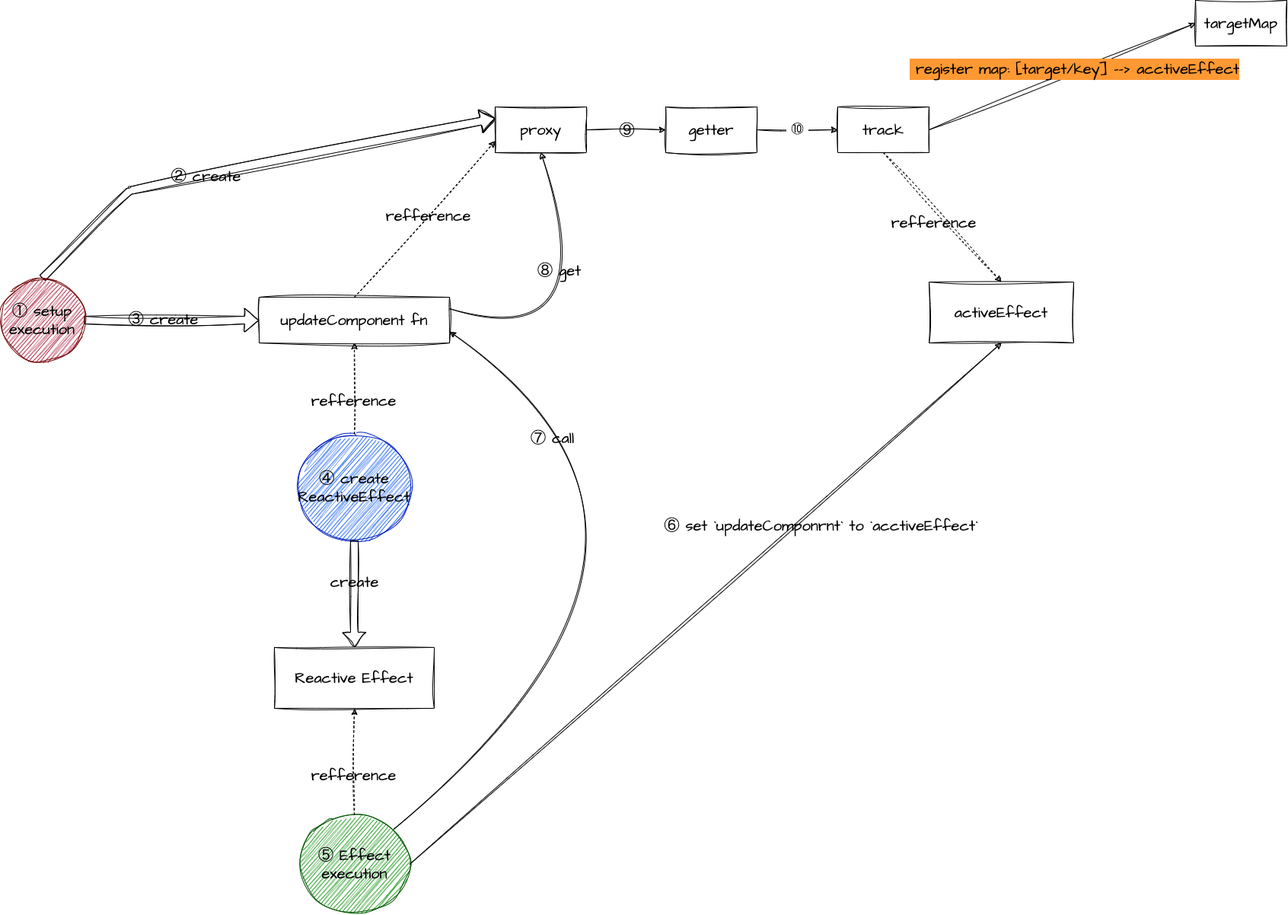
Above: books/images/reactivity_create.png in ubugeeei/chibivue (draw.io), before the change. Source tidied: cells renumbered, new cells last; positions are measured from the earlier drawing's top-left corner, leaving out a move shared by most shapes. Its diagram source:
```xml
<mxGraphModel background="#ffffff">
  <root>
    <mxCell id="0" />
    <mxCell id="1" parent="0" />
    <mxCell id="2" value="activeEffect" style="rounded=0;whiteSpace=wrap;html=1;hachureGap=4;fontFamily=Architects Daughter;fontSource=https%3A%2F%2Ffonts.googleapis.com%2Fcss%3Ffamily%3DArchitects%2BDaughter;fontSize=20;sketch=1;curveFitting=1;jiggle=2;labelBackgroundColor=none;fontColor=#000000;" parent="1" vertex="1">
      <mxGeometry x="1220" y="370" width="190" height="80" as="geometry" />
    </mxCell>
    <mxCell id="3" value="track" style="rounded=0;whiteSpace=wrap;html=1;hachureGap=4;fontFamily=Architects Daughter;fontSource=https%3A%2F%2Ffonts.googleapis.com%2Fcss%3Ffamily%3DArchitects%2BDaughter;fontSize=20;sketch=1;curveFitting=1;jiggle=2;" parent="1" vertex="1">
      <mxGeometry x="1100" y="140" width="120" height="60" as="geometry" />
    </mxCell>
    <mxCell id="4" value="proxy" style="rounded=0;whiteSpace=wrap;html=1;hachureGap=4;fontFamily=Architects Daughter;fontSource=https%3A%2F%2Ffonts.googleapis.com%2Fcss%3Ffamily%3DArchitects%2BDaughter;fontSize=20;sketch=1;curveFitting=1;jiggle=2;" parent="1" vertex="1">
      <mxGeometry x="650" y="140" width="120" height="60" as="geometry" />
    </mxCell>
    <mxCell id="5" value="updateComponent fn" style="rounded=0;whiteSpace=wrap;html=1;hachureGap=4;fontFamily=Architects Daughter;fontSource=https%3A%2F%2Ffonts.googleapis.com%2Fcss%3Ffamily%3DArchitects%2BDaughter;fontSize=20;sketch=1;curveFitting=1;jiggle=2;labelBackgroundColor=none;fontColor=#000000;" parent="1" vertex="1">
      <mxGeometry x="340" y="390" width="250" height="60" as="geometry" />
    </mxCell>
    <mxCell id="6" style="shape=flexArrow;endArrow=classic;html=1;hachureGap=4;fontFamily=Architects Daughter;fontSource=https%3A%2F%2Ffonts.googleapis.com%2Fcss%3Ffamily%3DArchitects%2BDaughter;fontSize=16;fontColor=#FFFFFF;entryX=0;entryY=0.5;entryDx=0;entryDy=0;exitX=1;exitY=0.5;exitDx=0;exitDy=0;sketch=1;curveFitting=1;jiggle=2;" parent="1" edge="1" source="10" target="5">
      <mxGeometry relative="1" as="geometry" />
    </mxCell>
    <mxCell id="7" value="③ create" style="edgeLabel;html=1;align=center;verticalAlign=middle;fontSize=20;fontFamily=Architects Daughter;fontColor=#000000;sketch=1;curveFitting=1;jiggle=2;labelBackgroundColor=none;" parent="6" vertex="1">
      <mxGeometry x="-0.1" y="2" relative="1" as="geometry" />
    </mxCell>
    <mxCell id="8" style="curved=1;endArrow=classic;html=1;hachureGap=4;fontFamily=Architects Daughter;fontSource=https%3A%2F%2Ffonts.googleapis.com%2Fcss%3Ffamily%3DArchitects%2BDaughter;fontSize=16;fontColor=#FFFFFF;exitX=0.5;exitY=0;exitDx=0;exitDy=0;entryX=0;entryY=0.25;entryDx=0;entryDy=0;shape=flexArrow;sketch=1;curveFitting=1;jiggle=2;" parent="1" edge="1" source="10" target="4">
      <mxGeometry relative="1" as="geometry">
        <Array as="points">
          <mxPoint x="170" y="250" />
        </Array>
      </mxGeometry>
    </mxCell>
    <mxCell id="9" value="&lt;font color=&quot;#000000&quot;&gt;② create&lt;/font&gt;" style="edgeLabel;html=1;align=center;verticalAlign=middle;fontSize=20;fontFamily=Architects Daughter;fontColor=#FFFFFF;sketch=1;curveFitting=1;jiggle=2;labelBackgroundColor=none;" parent="8" vertex="1">
      <mxGeometry x="-0.65" relative="1" as="geometry">
        <mxPoint x="135" y="-55" as="offset" />
      </mxGeometry>
    </mxCell>
    <mxCell id="10" value="&lt;font color=&quot;#000000&quot;&gt;① setup execution&lt;/font&gt;" style="ellipse;whiteSpace=wrap;html=1;hachureGap=4;fontFamily=Architects Daughter;fontSource=https%3A%2F%2Ffonts.googleapis.com%2Fcss%3Ffamily%3DArchitects%2BDaughter;fontSize=20;fontColor=#ffffff;fillColor=#a20025;strokeColor=#6F0000;sketch=1;curveFitting=1;jiggle=2;" parent="1" vertex="1">
      <mxGeometry y="365" width="110" height="110" as="geometry" />
    </mxCell>
    <mxCell id="11" style="endArrow=classic;html=1;hachureGap=4;fontFamily=Architects Daughter;fontSource=https%3A%2F%2Ffonts.googleapis.com%2Fcss%3Ffamily%3DArchitects%2BDaughter;fontSize=16;fontColor=#FFFFFF;exitX=0.5;exitY=0;exitDx=0;exitDy=0;entryX=0;entryY=0.75;entryDx=0;entryDy=0;dashed=1;sketch=1;curveFitting=1;jiggle=2;" parent="1" edge="1" source="5" target="4">
      <mxGeometry relative="1" as="geometry" />
    </mxCell>
    <mxCell id="12" value="refference" style="edgeLabel;html=1;align=center;verticalAlign=middle;fontSize=20;fontFamily=Architects Daughter;fontColor=#000000;sketch=1;curveFitting=1;jiggle=2;labelBackgroundColor=none;" parent="11" vertex="1">
      <mxGeometry x="0.05" relative="1" as="geometry" />
    </mxCell>
    <mxCell id="13" value="Reactive Effect" style="whiteSpace=wrap;html=1;hachureGap=4;fontFamily=Architects Daughter;fontSource=https%3A%2F%2Ffonts.googleapis.com%2Fcss%3Ffamily%3DArchitects%2BDaughter;fontSize=20;fontColor=#000000;sketch=1;curveFitting=1;jiggle=2;labelBackgroundColor=none;" parent="1" vertex="1">
      <mxGeometry x="360" y="850" width="210" height="80" as="geometry" />
    </mxCell>
    <mxCell id="14" value="getter&lt;span style=&quot;color: rgba(0, 0, 0, 0); font-family: monospace; font-size: 0px; text-align: start;&quot;&gt;%3CmxGraphModel%3E%3Croot%3E%3CmxCell%20id%3D%220%22%2F%3E%3CmxCell%20id%3D%221%22%20parent%3D%220%22%2F%3E%3CmxCell%20id%3D%222%22%20value%3D%22track%22%20style%3D%22rounded%3D0%3BwhiteSpace%3Dwrap%3Bhtml%3D1%3Bsketch%3D1%3BhachureGap%3D4%3Bjiggle%3D2%3BcurveFitting%3D1%3BfontFamily%3DArchitects%20Daughter%3BfontSource%3Dhttps%253A%252F%252Ffonts.googleapis.com%252Fcss%253Ffamily%253DArchitects%252BDaughter%3BfontSize%3D20%3B%22%20vertex%3D%221%22%20parent%3D%221%22%3E%3CmxGeometry%20x%3D%22460%22%20y%3D%22-120%22%20width%3D%22120%22%20height%3D%2260%22%20as%3D%22geometry%22%2F%3E%3C%2FmxCell%3E%3C%2Froot%3E%3C%2FmxGraphModel%3Ewe&lt;/span&gt;" style="rounded=0;whiteSpace=wrap;html=1;hachureGap=4;fontFamily=Architects Daughter;fontSource=https%3A%2F%2Ffonts.googleapis.com%2Fcss%3Ffamily%3DArchitects%2BDaughter;fontSize=20;sketch=1;curveFitting=1;jiggle=2;" parent="1" vertex="1">
      <mxGeometry x="874" y="140" width="120" height="60" as="geometry" />
    </mxCell>
    <mxCell id="15" value="&lt;font color=&quot;#000000&quot;&gt;④ create ReactiveEffect&lt;/font&gt;" style="ellipse;whiteSpace=wrap;html=1;hachureGap=4;fontFamily=Architects Daughter;fontSource=https%3A%2F%2Ffonts.googleapis.com%2Fcss%3Ffamily%3DArchitects%2BDaughter;fontSize=20;fontColor=#ffffff;fillColor=#0050ef;strokeColor=#001DBC;sketch=1;curveFitting=1;jiggle=2;" parent="1" vertex="1">
      <mxGeometry x="390" y="570" width="150" height="140" as="geometry" />
    </mxCell>
    <mxCell id="16" style="endArrow=classic;html=1;dashed=1;hachureGap=4;fontFamily=Architects Daughter;fontSource=https%3A%2F%2Ffonts.googleapis.com%2Fcss%3Ffamily%3DArchitects%2BDaughter;fontSize=16;fontColor=#FFFFFF;entryX=0.5;entryY=1;entryDx=0;entryDy=0;exitX=0.5;exitY=0;exitDx=0;exitDy=0;sketch=1;curveFitting=1;jiggle=2;" parent="1" edge="1" source="15" target="5">
      <mxGeometry relative="1" as="geometry" />
    </mxCell>
    <mxCell id="17" value="refference" style="edgeLabel;html=1;align=center;verticalAlign=middle;fontSize=20;fontFamily=Architects Daughter;fontColor=#000000;sketch=1;curveFitting=1;jiggle=2;labelBackgroundColor=none;" parent="16" vertex="1">
      <mxGeometry x="-0.26" y="2" relative="1" as="geometry" />
    </mxCell>
    <mxCell id="18" style="shape=flexArrow;endArrow=classic;html=1;hachureGap=4;fontFamily=Architects Daughter;fontSource=https%3A%2F%2Ffonts.googleapis.com%2Fcss%3Ffamily%3DArchitects%2BDaughter;fontSize=16;fontColor=#FFFFFF;exitX=0.5;exitY=1;exitDx=0;exitDy=0;entryX=0.5;entryY=0;entryDx=0;entryDy=0;sketch=1;curveFitting=1;jiggle=2;" parent="1" edge="1" source="15" target="13">
      <mxGeometry relative="1" as="geometry" />
    </mxCell>
    <mxCell id="19" value="&amp;nbsp;create" style="edgeLabel;html=1;align=center;verticalAlign=middle;fontSize=20;fontFamily=Architects Daughter;fontColor=#000000;sketch=1;curveFitting=1;jiggle=2;labelBackgroundColor=none;" parent="18" vertex="1">
      <mxGeometry x="-0.32" y="-2" relative="1" as="geometry">
        <mxPoint x="-3" y="6" as="offset" />
      </mxGeometry>
    </mxCell>
    <mxCell id="20" value="&lt;font color=&quot;#000000&quot;&gt;&amp;nbsp;⑩&amp;nbsp;&lt;/font&gt;" style="endArrow=classic;html=1;hachureGap=4;fontFamily=Architects Daughter;fontSource=https%3A%2F%2Ffonts.googleapis.com%2Fcss%3Ffamily%3DArchitects%2BDaughter;fontSize=16;fontColor=#FFFFFF;exitX=1;exitY=0.5;exitDx=0;exitDy=0;entryX=0;entryY=0.5;entryDx=0;entryDy=0;sketch=1;curveFitting=1;jiggle=2;" parent="1" edge="1" source="14" target="3">
      <mxGeometry relative="1" as="geometry" />
    </mxCell>
    <mxCell id="21" value="targetMap" style="rounded=0;whiteSpace=wrap;html=1;hachureGap=4;fontFamily=Architects Daughter;fontSource=https%3A%2F%2Ffonts.googleapis.com%2Fcss%3Ffamily%3DArchitects%2BDaughter;fontSize=20;sketch=1;curveFitting=1;jiggle=2;" parent="1" vertex="1">
      <mxGeometry x="1570" width="120" height="60" as="geometry" />
    </mxCell>
    <mxCell id="22" style="endArrow=classic;html=1;hachureGap=4;fontFamily=Architects Daughter;fontSource=https%3A%2F%2Ffonts.googleapis.com%2Fcss%3Ffamily%3DArchitects%2BDaughter;fontSize=16;fontColor=#FFFFFF;exitX=1;exitY=0.5;exitDx=0;exitDy=0;entryX=0;entryY=0.5;entryDx=0;entryDy=0;sketch=1;curveFitting=1;jiggle=2;" parent="1" edge="1" source="3" target="21">
      <mxGeometry relative="1" as="geometry" />
    </mxCell>
    <mxCell id="23" value="&lt;span style=&quot;background-color: rgb(255, 153, 51);&quot;&gt;&lt;font color=&quot;#000000&quot;&gt;&amp;nbsp;register map: [target/key] --&amp;gt; acctiveEffect&lt;/font&gt;&lt;br&gt;&lt;/span&gt;" style="edgeLabel;html=1;align=center;verticalAlign=middle;fontSize=20;fontFamily=Architects Daughter;fontColor=#FFFFFF;sketch=1;curveFitting=1;jiggle=2;" parent="22" vertex="1">
      <mxGeometry x="-0.01" relative="1" as="geometry">
        <mxPoint x="17" y="-11" as="offset" />
      </mxGeometry>
    </mxCell>
    <mxCell id="24" style="endArrow=classic;html=1;hachureGap=4;fontFamily=Architects Daughter;fontSource=https%3A%2F%2Ffonts.googleapis.com%2Fcss%3Ffamily%3DArchitects%2BDaughter;fontSize=16;fontColor=#FFFFFF;entryX=0;entryY=0.5;entryDx=0;entryDy=0;exitX=1;exitY=0.5;exitDx=0;exitDy=0;sketch=1;curveFitting=1;jiggle=2;" parent="1" edge="1" source="4" target="14">
      <mxGeometry relative="1" as="geometry" />
    </mxCell>
    <mxCell id="25" value="&amp;nbsp;⑨&amp;nbsp;" style="edgeLabel;html=1;align=center;verticalAlign=middle;fontSize=20;fontFamily=Architects Daughter;fontColor=#000000;labelBackgroundColor=none;" parent="24" vertex="1">
      <mxGeometry relative="1" as="geometry" />
    </mxCell>
    <mxCell id="26" value="&lt;font color=&quot;#000000&quot;&gt;⑤ Effect execution&lt;/font&gt;" style="ellipse;whiteSpace=wrap;html=1;hachureGap=4;fontFamily=Architects Daughter;fontSource=https%3A%2F%2Ffonts.googleapis.com%2Fcss%3Ffamily%3DArchitects%2BDaughter;fontSize=20;fontColor=#ffffff;fillColor=#008a00;strokeColor=#005700;sketch=1;curveFitting=1;jiggle=2;" parent="1" vertex="1">
      <mxGeometry x="392.5" y="1070" width="145" height="130" as="geometry" />
    </mxCell>
    <mxCell id="27" style="endArrow=classic;html=1;dashed=1;hachureGap=4;fontFamily=Architects Daughter;fontSource=https%3A%2F%2Ffonts.googleapis.com%2Fcss%3Ffamily%3DArchitects%2BDaughter;fontSize=16;fontColor=#FFFFFF;entryX=0.5;entryY=1;entryDx=0;entryDy=0;sketch=1;curveFitting=1;jiggle=2;" parent="1" edge="1" source="26" target="13">
      <mxGeometry relative="1" as="geometry" />
    </mxCell>
    <mxCell id="28" value="refference" style="edgeLabel;html=1;align=center;verticalAlign=middle;fontSize=20;fontFamily=Architects Daughter;fontColor=#000000;sketch=1;curveFitting=1;jiggle=2;labelBackgroundColor=none;" parent="27" vertex="1">
      <mxGeometry x="-0.26" y="2" relative="1" as="geometry" />
    </mxCell>
    <mxCell id="29" style="curved=1;endArrow=classic;html=1;hachureGap=4;fontFamily=Architects Daughter;fontSource=https%3A%2F%2Ffonts.googleapis.com%2Fcss%3Ffamily%3DArchitects%2BDaughter;fontSize=16;fontColor=#FFFFFF;exitX=1;exitY=0;exitDx=0;exitDy=0;entryX=1;entryY=0.75;entryDx=0;entryDy=0;sketch=1;curveFitting=1;jiggle=2;" parent="1" edge="1" source="26" target="5">
      <mxGeometry relative="1" as="geometry">
        <Array as="points">
          <mxPoint x="980" y="710" />
        </Array>
      </mxGeometry>
    </mxCell>
    <mxCell id="30" value="⑦ call&amp;nbsp;" style="edgeLabel;html=1;align=center;verticalAlign=middle;fontSize=20;fontFamily=Architects Daughter;fontColor=#000000;sketch=1;curveFitting=1;jiggle=2;labelBackgroundColor=none;" parent="29" vertex="1">
      <mxGeometry x="0.4" y="-135" relative="1" as="geometry">
        <mxPoint x="-201" y="65" as="offset" />
      </mxGeometry>
    </mxCell>
    <mxCell id="31" style="endArrow=classic;html=1;hachureGap=4;fontFamily=Architects Daughter;fontSource=https%3A%2F%2Ffonts.googleapis.com%2Fcss%3Ffamily%3DArchitects%2BDaughter;fontSize=16;fontColor=#FFFFFF;exitX=1;exitY=0.5;exitDx=0;exitDy=0;entryX=0.5;entryY=1;entryDx=0;entryDy=0;sketch=1;curveFitting=1;jiggle=2;" parent="1" edge="1" source="26" target="2">
      <mxGeometry relative="1" as="geometry" />
    </mxCell>
    <mxCell id="32" value="⑥ set `updateComponrnt` to `acctiveEffect`" style="edgeLabel;html=1;align=center;verticalAlign=middle;fontSize=20;fontFamily=Architects Daughter;fontColor=#000000;sketch=1;curveFitting=1;jiggle=2;labelBackgroundColor=none;" parent="31" vertex="1">
      <mxGeometry x="0.09" y="-4" relative="1" as="geometry">
        <mxPoint x="114" y="-75" as="offset" />
      </mxGeometry>
    </mxCell>
    <mxCell id="33" style="curved=1;endArrow=classic;html=1;hachureGap=4;fontFamily=Architects Daughter;fontSource=https%3A%2F%2Ffonts.googleapis.com%2Fcss%3Ffamily%3DArchitects%2BDaughter;fontSize=16;fontColor=#FFFFFF;exitX=1;exitY=0.25;exitDx=0;exitDy=0;entryX=0.5;entryY=1;entryDx=0;entryDy=0;sketch=1;curveFitting=1;jiggle=2;" parent="1" edge="1" source="5" target="4">
      <mxGeometry relative="1" as="geometry">
        <Array as="points">
          <mxPoint x="800" y="470" />
        </Array>
      </mxGeometry>
    </mxCell>
    <mxCell id="34" value="⑧ get&amp;nbsp;" style="edgeLabel;html=1;align=center;verticalAlign=middle;fontSize=20;fontFamily=Architects Daughter;fontColor=#000000;sketch=1;curveFitting=1;jiggle=2;labelBackgroundColor=none;" parent="33" vertex="1">
      <mxGeometry x="0.21" y="-7" relative="1" as="geometry">
        <mxPoint x="-42" y="-31" as="offset" />
      </mxGeometry>
    </mxCell>
    <mxCell id="35" style="endArrow=classic;html=1;hachureGap=4;fontFamily=Architects Daughter;fontSource=https%3A%2F%2Ffonts.googleapis.com%2Fcss%3Ffamily%3DArchitects%2BDaughter;fontSize=16;fontColor=#FFFFFF;entryX=0.5;entryY=0;entryDx=0;entryDy=0;exitX=0.5;exitY=1;exitDx=0;exitDy=0;dashed=1;sketch=1;curveFitting=1;jiggle=2;" parent="1" edge="1" source="3" target="2">
      <mxGeometry relative="1" as="geometry" />
    </mxCell>
    <mxCell id="36" value="refference" style="edgeLabel;html=1;align=center;verticalAlign=middle;fontSize=20;fontFamily=Architects Daughter;fontColor=#000000;sketch=1;curveFitting=1;jiggle=2;labelBackgroundColor=none;" parent="35" vertex="1">
      <mxGeometry x="-0.16" relative="1" as="geometry">
        <mxPoint y="20" as="offset" />
      </mxGeometry>
    </mxCell>
  </root>
</mxGraphModel>
```
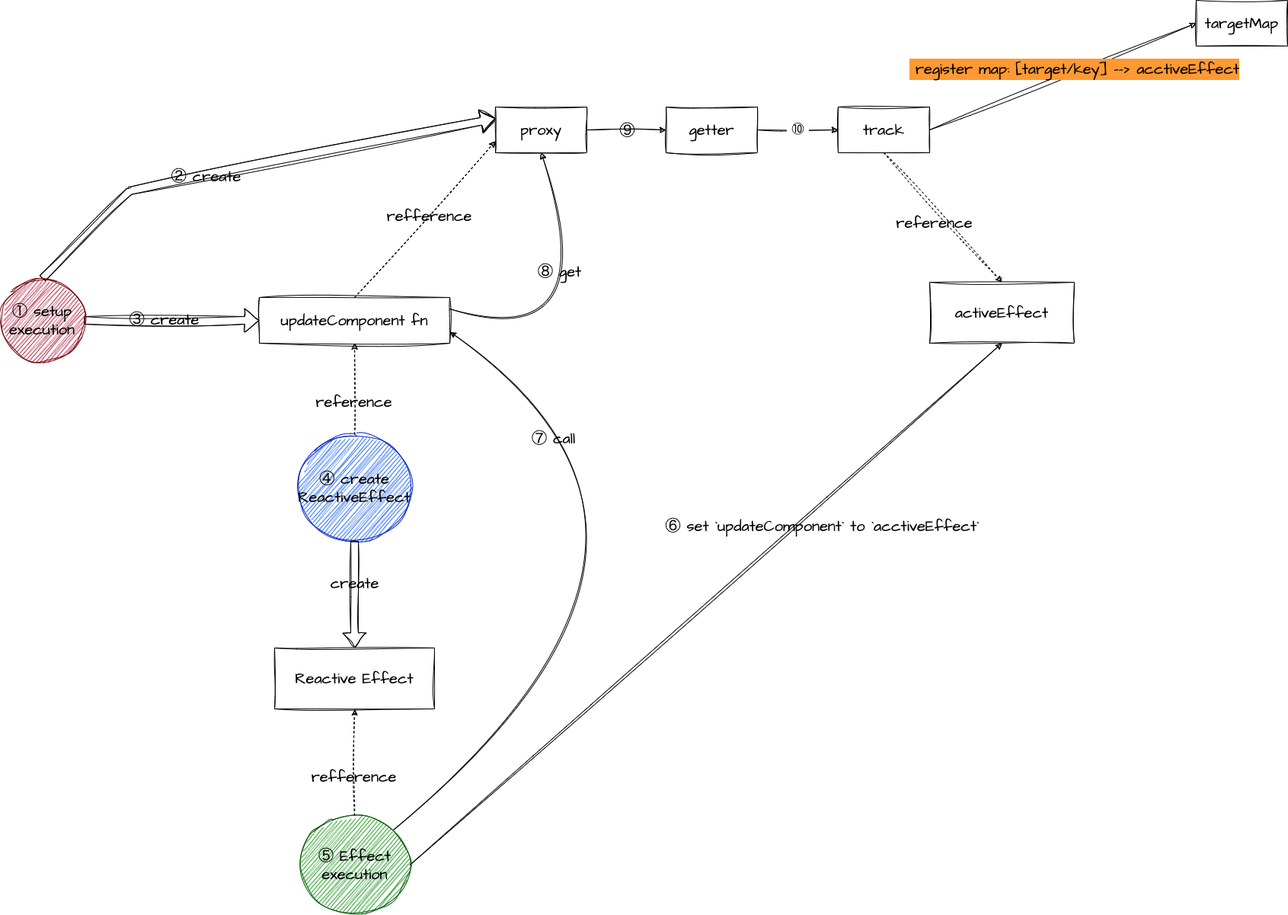
Above is the later version.

Change to the diagram source:
```diff
@@ -53,7 +53,7 @@
     <mxCell id="16" style="endArrow=classic;html=1;dashed=1;hachureGap=4;fontFamily=Architects Daughter;fontSource=https%3A%2F%2Ffonts.googleapis.com%2Fcss%3Ffamily%3DArchitects%2BDaughter;fontSize=16;fontColor=#FFFFFF;entryX=0.5;entryY=1;entryDx=0;entryDy=0;exitX=0.5;exitY=0;exitDx=0;exitDy=0;sketch=1;curveFitting=1;jiggle=2;" parent="1" edge="1" source="15" target="5">
       <mxGeometry relative="1" as="geometry" />
     </mxCell>
-    <mxCell id="17" value="refference" style="edgeLabel;html=1;align=center;verticalAlign=middle;fontSize=20;fontFamily=Architects Daughter;fontColor=#000000;sketch=1;curveFitting=1;jiggle=2;labelBackgroundColor=none;" parent="16" vertex="1">
+    <mxCell id="17" value="reference" style="edgeLabel;html=1;align=center;verticalAlign=middle;fontSize=20;fontFamily=Architects Daughter;fontColor=#000000;sketch=1;curveFitting=1;jiggle=2;labelBackgroundColor=none;" parent="16" vertex="1">
       <mxGeometry x="-0.26" y="2" relative="1" as="geometry" />
     </mxCell>
     <mxCell id="18" style="shape=flexArrow;endArrow=classic;html=1;hachureGap=4;fontFamily=Architects Daughter;fontSource=https%3A%2F%2Ffonts.googleapis.com%2Fcss%3Ffamily%3DArchitects%2BDaughter;fontSize=16;fontColor=#FFFFFF;exitX=0.5;exitY=1;exitDx=0;exitDy=0;entryX=0.5;entryY=0;entryDx=0;entryDy=0;sketch=1;curveFitting=1;jiggle=2;" parent="1" edge="1" source="15" target="13">
@@ -108,7 +108,7 @@
     <mxCell id="31" style="endArrow=classic;html=1;hachureGap=4;fontFamily=Architects Daughter;fontSource=https%3A%2F%2Ffonts.googleapis.com%2Fcss%3Ffamily%3DArchitects%2BDaughter;fontSize=16;fontColor=#FFFFFF;exitX=1;exitY=0.5;exitDx=0;exitDy=0;entryX=0.5;entryY=1;entryDx=0;entryDy=0;sketch=1;curveFitting=1;jiggle=2;" parent="1" edge="1" source="26" target="2">
       <mxGeometry relative="1" as="geometry" />
     </mxCell>
-    <mxCell id="32" value="⑥ set `updateComponrnt` to `acctiveEffect`" style="edgeLabel;html=1;align=center;verticalAlign=middle;fontSize=20;fontFamily=Architects Daughter;fontColor=#000000;sketch=1;curveFitting=1;jiggle=2;labelBackgroundColor=none;" parent="31" vertex="1">
+    <mxCell id="32" value="⑥ set `updateComponent` to `acctiveEffect`" style="edgeLabel;html=1;align=center;verticalAlign=middle;fontSize=20;fontFamily=Architects Daughter;fontColor=#000000;sketch=1;curveFitting=1;jiggle=2;labelBackgroundColor=none;" parent="31" vertex="1">
       <mxGeometry x="0.09" y="-4" relative="1" as="geometry">
         <mxPoint x="114" y="-75" as="offset" />
       </mxGeometry>
@@ -128,7 +128,7 @@
     <mxCell id="35" style="endArrow=classic;html=1;hachureGap=4;fontFamily=Architects Daughter;fontSource=https%3A%2F%2Ffonts.googleapis.com%2Fcss%3Ffamily%3DArchitects%2BDaughter;fontSize=16;fontColor=#FFFFFF;entryX=0.5;entryY=0;entryDx=0;entryDy=0;exitX=0.5;exitY=1;exitDx=0;exitDy=0;dashed=1;sketch=1;curveFitting=1;jiggle=2;" parent="1" edge="1" source="3" target="2">
       <mxGeometry relative="1" as="geometry" />
     </mxCell>
-    <mxCell id="36" value="refference" style="edgeLabel;html=1;align=center;verticalAlign=middle;fontSize=20;fontFamily=Architects Daughter;fontColor=#000000;sketch=1;curveFitting=1;jiggle=2;labelBackgroundColor=none;" parent="35" vertex="1">
+    <mxCell id="36" value="reference" style="edgeLabel;html=1;align=center;verticalAlign=middle;fontSize=20;fontFamily=Architects Daughter;fontColor=#000000;sketch=1;curveFitting=1;jiggle=2;labelBackgroundColor=none;" parent="35" vertex="1">
       <mxGeometry x="-0.16" relative="1" as="geometry">
         <mxPoint y="20" as="offset" />
       </mxGeometry>
```
